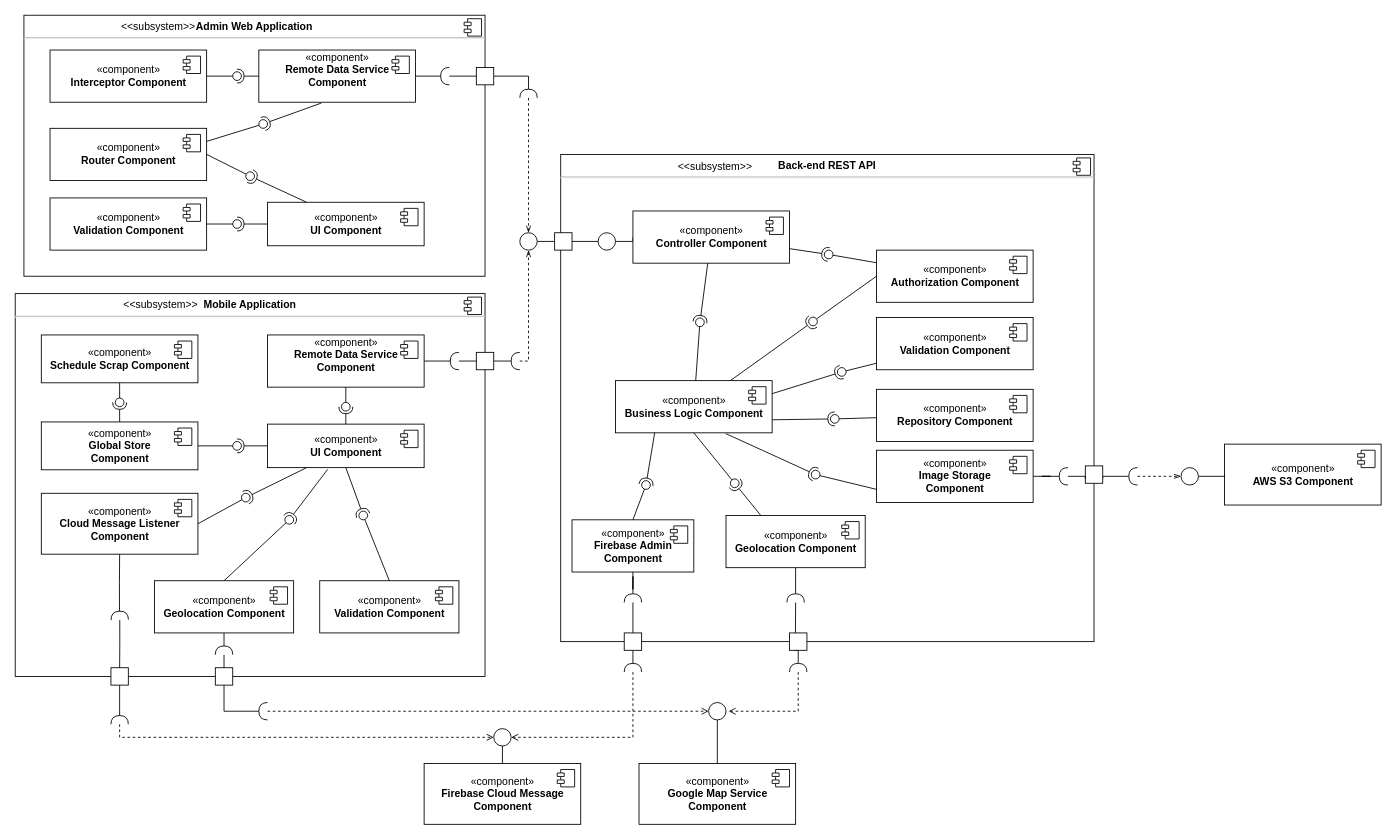
Earlier version of the draw.io diagram Document/Diagram/Diagram_Soft_File/Component Diagram Ver 2.drawio (datndse63093/Capstone_JS_Spring2020_FE_Doc). Source tidied: cells renumbered, new cells numbered last; positions are measured from the earlier drawing's top-left corner, leaving out a move shared by most shapes. Both pictures are drawn from the tidied source at 87%, with x=0, y=0 at pixel (15, 15).
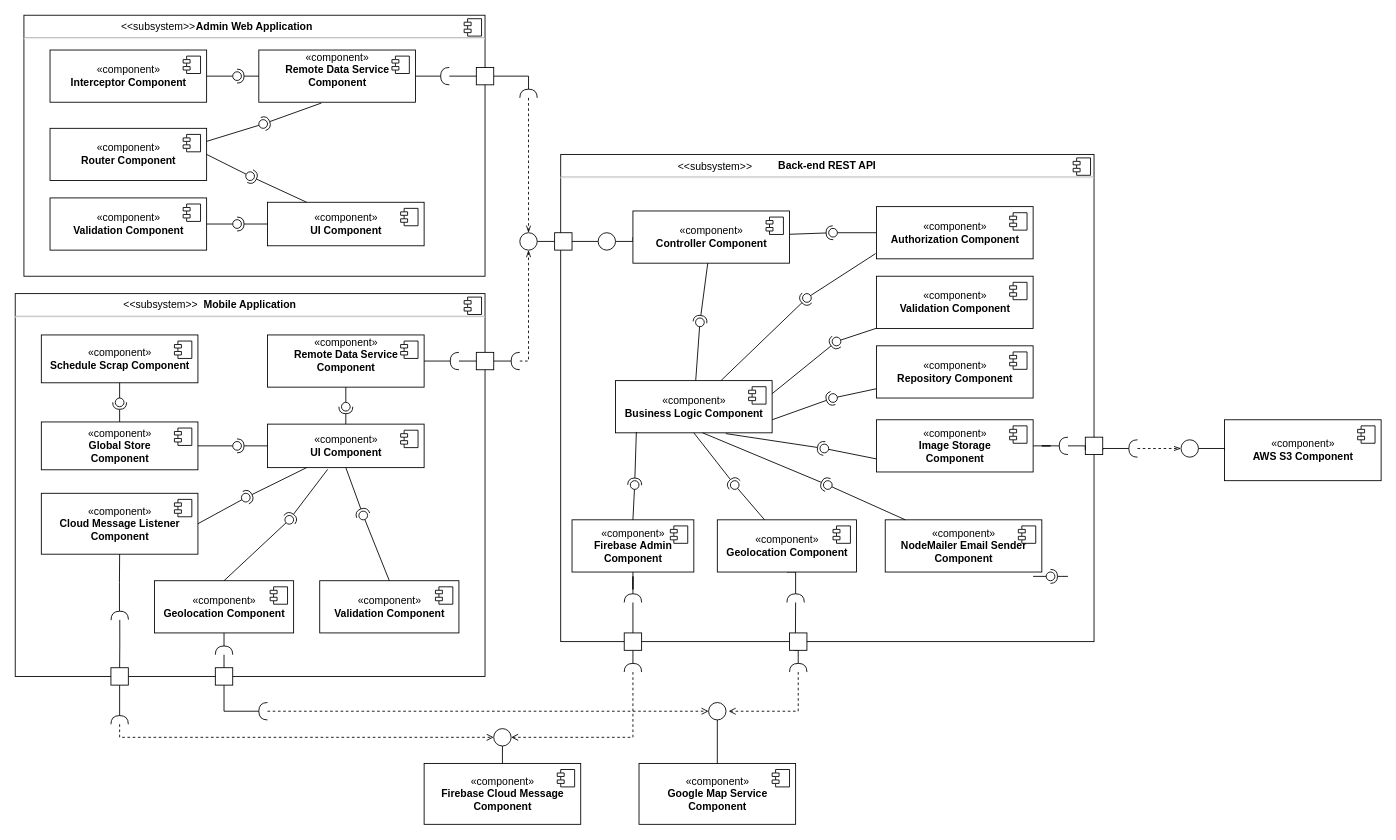
The same page after the edit.

The change refers to these unchanged cells:
```xml
<mxCell id="40" value="«component»&lt;br&gt;&lt;div&gt;&lt;b&gt;Business Logic Component&lt;br&gt;&lt;/b&gt;&lt;/div&gt;" style="html=1;" parent="1" vertex="1">
  <mxGeometry x="690" y="420" width="180" height="60" as="geometry" />
</mxCell>
```

Diff of the diagram source:
```diff
@@
     <mxCell id="22" value="«component»&lt;br&gt;&lt;b&gt;AWS S3 Component&lt;br&gt;&lt;/b&gt;" style="html=1;" parent="1" vertex="1">
-      <mxGeometry x="1390" y="493" width="180" height="70" as="geometry" />
+      <mxGeometry x="1390" y="465" width="180" height="70" as="geometry" />
     </mxCell>
@@
     <mxCell id="33" value="«component»&lt;br&gt;&lt;b&gt;Validation Component&lt;br&gt;&lt;/b&gt;" style="html=1;" parent="1" vertex="1">
-      <mxGeometry x="990" y="347.5" width="180" height="60" as="geometry" />
+      <mxGeometry x="990" y="300" width="180" height="60" as="geometry" />
     </mxCell>
@@
     <mxCell id="35" value="«component»&lt;br&gt;&lt;div&gt;&lt;b&gt;Authorization Component&lt;/b&gt;&lt;/div&gt;" style="html=1;" parent="1" vertex="1">
-      <mxGeometry x="990" y="270" width="180" height="60" as="geometry" />
+      <mxGeometry x="990" y="220" width="180" height="60" as="geometry" />
     </mxCell>
@@
     <mxCell id="42" value="«component»&lt;br&gt;&lt;div&gt;&lt;b&gt;Repository Component&lt;br&gt;&lt;/b&gt;&lt;/div&gt;" style="html=1;" parent="1" vertex="1">
-      <mxGeometry x="990" y="430" width="180" height="60" as="geometry" />
+      <mxGeometry x="990" y="380" width="180" height="60" as="geometry" />
     </mxCell>
@@
     <mxCell id="77" style="ellipse;whiteSpace=wrap;html=1;" parent="1" vertex="1">
-      <mxGeometry x="1340" y="520" width="20" height="20" as="geometry" />
+      <mxGeometry x="1340" y="488" width="20" height="20" as="geometry" />
     </mxCell>
@@
     <mxCell id="108" value="«component»&lt;br&gt;&lt;div&gt;&lt;b&gt;Image Storage &lt;br&gt;&lt;/b&gt;&lt;/div&gt;&lt;div&gt;&lt;b&gt;Component&lt;br&gt;&lt;/b&gt;&lt;/div&gt;" style="html=1;" parent="1" vertex="1">
-      <mxGeometry x="990" y="500" width="180" height="60" as="geometry" />
+      <mxGeometry x="990" y="465" width="180" height="60" as="geometry" />
     </mxCell>
@@
     <mxCell id="114" value="«component»&lt;br&gt;&lt;b&gt;Geolocation Component&lt;br&gt;&lt;/b&gt;" style="html=1;" parent="1" vertex="1">
-      <mxGeometry x="817" y="575" width="160" height="60" as="geometry" />
+      <mxGeometry x="807" y="580" width="160" height="60" as="geometry" />
     </mxCell>
@@
-    <mxCell id="119" style="rounded=0;jettySize=auto;html=1;endArrow=none;endFill=0;exitX=0;exitY=0.5;exitDx=0;exitDy=0;" parent="1" edge="1" source="35" target="121">
+    <mxCell id="119" style="rounded=0;jettySize=auto;html=1;endArrow=none;endFill=0;exitX=-0.006;exitY=0.9;exitDx=0;exitDy=0;exitPerimeter=0;" parent="1" edge="1" source="35" target="121">
       <mxGeometry relative="1" as="geometry" />
     </mxCell>
@@
     <mxCell id="121" style="ellipse;whiteSpace=wrap;html=1;fontFamily=Helvetica;fontSize=12;fontColor=#000000;align=center;strokeColor=#000000;fillColor=#ffffff;points=[];" parent="1" vertex="1">
-      <mxGeometry x="912" y="347" width="10" height="10" as="geometry" />
+      <mxGeometry x="905" y="320" width="10" height="10" as="geometry" />
     </mxCell>
@@
     <mxCell id="124" style="ellipse;whiteSpace=wrap;html=1;fontFamily=Helvetica;fontSize=12;fontColor=#000000;align=center;strokeColor=#000000;fillColor=#ffffff;points=[];" parent="1" vertex="1">
-      <mxGeometry x="945" y="405" width="10" height="10" as="geometry" />
+      <mxGeometry x="939" y="370" width="10" height="10" as="geometry" />
     </mxCell>
@@
     <mxCell id="127" style="ellipse;whiteSpace=wrap;html=1;fontFamily=Helvetica;fontSize=12;fontColor=#000000;align=center;strokeColor=#000000;fillColor=#ffffff;points=[];" parent="1" vertex="1">
-      <mxGeometry x="937" y="459" width="10" height="10" as="geometry" />
+      <mxGeometry x="935" y="435" width="10" height="10" as="geometry" />
     </mxCell>
@@
     <mxCell id="130" style="ellipse;whiteSpace=wrap;html=1;fontFamily=Helvetica;fontSize=12;fontColor=#000000;align=center;strokeColor=#000000;fillColor=#ffffff;points=[];" parent="1" vertex="1">
-      <mxGeometry x="915" y="523" width="10" height="10" as="geometry" />
+      <mxGeometry x="925" y="493" width="10" height="10" as="geometry" />
     </mxCell>
@@
-    <mxCell id="132" style="rounded=0;jettySize=auto;html=1;endArrow=halfCircle;endFill=0;entryX=0.5;entryY=0.5;entryDx=0;entryDy=0;endSize=6;strokeWidth=1;exitX=0.25;exitY=1;exitDx=0;exitDy=0;" parent="1" edge="1" source="40" target="133">
+    <mxCell id="132" style="rounded=0;jettySize=auto;html=1;endArrow=halfCircle;endFill=0;entryX=0.5;entryY=0.5;entryDx=0;entryDy=0;endSize=6;strokeWidth=1;exitX=0.133;exitY=0.983;exitDx=0;exitDy=0;exitPerimeter=0;" parent="1" edge="1" source="40" target="133">
       <mxGeometry relative="1" as="geometry" />
     </mxCell>
     <mxCell id="133" style="ellipse;whiteSpace=wrap;html=1;fontFamily=Helvetica;fontSize=12;fontColor=#000000;align=center;strokeColor=#000000;fillColor=#ffffff;points=[];" parent="1" vertex="1">
-      <mxGeometry x="720" y="535" width="10" height="10" as="geometry" />
+      <mxGeometry x="707" y="535" width="10" height="10" as="geometry" />
     </mxCell>
-    <mxCell id="134" style="rounded=0;jettySize=auto;html=1;endArrow=none;endFill=0;exitX=0.5;exitY=1;exitDx=0;exitDy=0;" parent="1" edge="1" source="40" target="136">
-      <mxGeometry relative="1" as="geometry" />
-    </mxCell>
-    <mxCell id="135" style="rounded=0;jettySize=auto;html=1;endArrow=halfCircle;endFill=0;entryX=0.5;entryY=0.5;entryDx=0;entryDy=0;endSize=6;strokeWidth=1;exitX=0.25;exitY=0;exitDx=0;exitDy=0;" parent="1" edge="1" source="114" target="136">
-      <mxGeometry relative="1" as="geometry" />
-    </mxCell>
-    <mxCell id="136" style="ellipse;whiteSpace=wrap;html=1;fontFamily=Helvetica;fontSize=12;fontColor=#000000;align=center;strokeColor=#000000;fillColor=#ffffff;points=[];" parent="1" vertex="1">
-      <mxGeometry x="822" y="533" width="10" height="10" as="geometry" />
-    </mxCell>
@@
     <mxCell id="139" style="ellipse;whiteSpace=wrap;html=1;fontFamily=Helvetica;fontSize=12;fontColor=#000000;align=center;strokeColor=#000000;fillColor=#ffffff;points=[];direction=south;" parent="1" vertex="1">
-      <mxGeometry x="930" y="270" width="10" height="10" as="geometry" />
+      <mxGeometry x="935" y="245" width="10" height="10" as="geometry" />
     </mxCell>
@@
     <mxCell id="144" style="edgeStyle=orthogonalEdgeStyle;rounded=0;jettySize=auto;html=1;exitX=1;exitY=0.75;exitDx=0;exitDy=0;entryX=1;entryY=0.5;entryDx=0;entryDy=0;entryPerimeter=0;endArrow=none;endFill=0;" parent="1" edge="1" source="145" target="172">
       <mxGeometry relative="1" as="geometry">
         <Array as="points">
-          <mxPoint x="1250" y="530" />
+          <mxPoint x="1250" y="498" />
         </Array>
       </mxGeometry>
     </mxCell>
     <mxCell id="145" style="rounded=0;whiteSpace=wrap;html=1;" parent="1" vertex="1">
-      <mxGeometry x="1230" y="518" width="20" height="20" as="geometry" />
+      <mxGeometry x="1230" y="485" width="20" height="20" as="geometry" />
     </mxCell>
@@
     <mxCell id="170" style="shape=requiredInterface;html=1;verticalLabelPosition=bottom;rotation=-180;" parent="1" vertex="1">
-      <mxGeometry x="1200" y="520" width="10" height="20" as="geometry" />
+      <mxGeometry x="1200" y="485" width="10" height="20" as="geometry" />
     </mxCell>
@@
     <mxCell id="172" style="shape=requiredInterface;html=1;verticalLabelPosition=bottom;rotation=-180;" parent="1" vertex="1">
-      <mxGeometry x="1280" y="520" width="10" height="20" as="geometry" />
+      <mxGeometry x="1280" y="488" width="10" height="20" as="geometry" />
     </mxCell>
+    <mxCell id="173" value="«component»&lt;br&gt;&lt;div&gt;&lt;b&gt;NodeMailer Email Sender &lt;br&gt;&lt;/b&gt;&lt;/div&gt;&lt;div&gt;&lt;b&gt;Component&lt;br&gt;&lt;/b&gt;&lt;/div&gt;" style="html=1;" parent="1" vertex="1">
+      <mxGeometry x="1000" y="580" width="180" height="60" as="geometry" />
+    </mxCell>
+    <mxCell id="174" style="shape=component;jettyWidth=8;jettyHeight=4;" parent="173" vertex="1">
+      <mxGeometry x="1" width="20" height="20" relative="1" as="geometry">
+        <mxPoint x="-27" y="7" as="offset" />
+      </mxGeometry>
+    </mxCell>
+    <mxCell id="175" style="rounded=0;jettySize=auto;html=1;endArrow=none;endFill=0;" parent="1" edge="1" target="177">
+      <mxGeometry relative="1" as="geometry">
+        <mxPoint x="1170" y="645" as="sourcePoint" />
+      </mxGeometry>
+    </mxCell>
+    <mxCell id="176" style="rounded=0;jettySize=auto;html=1;endArrow=halfCircle;endFill=0;entryX=0.5;entryY=0.5;entryDx=0;entryDy=0;endSize=6;strokeWidth=1;" parent="1" edge="1" target="177">
+      <mxGeometry relative="1" as="geometry">
+        <mxPoint x="1210" y="645" as="sourcePoint" />
+      </mxGeometry>
+    </mxCell>
+    <mxCell id="177" style="ellipse;whiteSpace=wrap;html=1;fontFamily=Helvetica;fontSize=12;fontColor=#000000;align=center;strokeColor=#000000;fillColor=#ffffff;points=[];" parent="1" vertex="1">
+      <mxGeometry x="1185" y="640" width="10" height="10" as="geometry" />
+    </mxCell>
+    <mxCell id="178" style="rounded=0;jettySize=auto;html=1;endArrow=none;endFill=0;" parent="1" edge="1" source="173" target="180">
+      <mxGeometry relative="1" as="geometry" />
+    </mxCell>
+    <mxCell id="179" style="rounded=0;jettySize=auto;html=1;endArrow=halfCircle;endFill=0;entryX=0.5;entryY=0.5;entryDx=0;entryDy=0;endSize=6;strokeWidth=1;exitX=0.556;exitY=1;exitDx=0;exitDy=0;exitPerimeter=0;" parent="1" edge="1" source="40" target="180">
+      <mxGeometry relative="1" as="geometry" />
+    </mxCell>
+    <mxCell id="180" style="ellipse;whiteSpace=wrap;html=1;fontFamily=Helvetica;fontSize=12;fontColor=#000000;align=center;strokeColor=#000000;fillColor=#ffffff;points=[];" parent="1" vertex="1">
+      <mxGeometry x="929" y="535" width="10" height="10" as="geometry" />
+    </mxCell>
+    <mxCell id="181" style="rounded=0;jettySize=auto;html=1;endArrow=none;endFill=0;" parent="1" edge="1" source="114" target="183">
+      <mxGeometry relative="1" as="geometry" />
+    </mxCell>
+    <mxCell id="182" style="rounded=0;jettySize=auto;html=1;endArrow=halfCircle;endFill=0;entryX=0.5;entryY=0.5;entryDx=0;entryDy=0;endSize=6;strokeWidth=1;exitX=0.5;exitY=1;exitDx=0;exitDy=0;" parent="1" edge="1" source="40" target="183">
+      <mxGeometry relative="1" as="geometry" />
+    </mxCell>
+    <mxCell id="183" style="ellipse;whiteSpace=wrap;html=1;fontFamily=Helvetica;fontSize=12;fontColor=#000000;align=center;strokeColor=#000000;fillColor=#ffffff;points=[];" parent="1" vertex="1">
+      <mxGeometry x="822" y="535" width="10" height="10" as="geometry" />
+    </mxCell>
```
